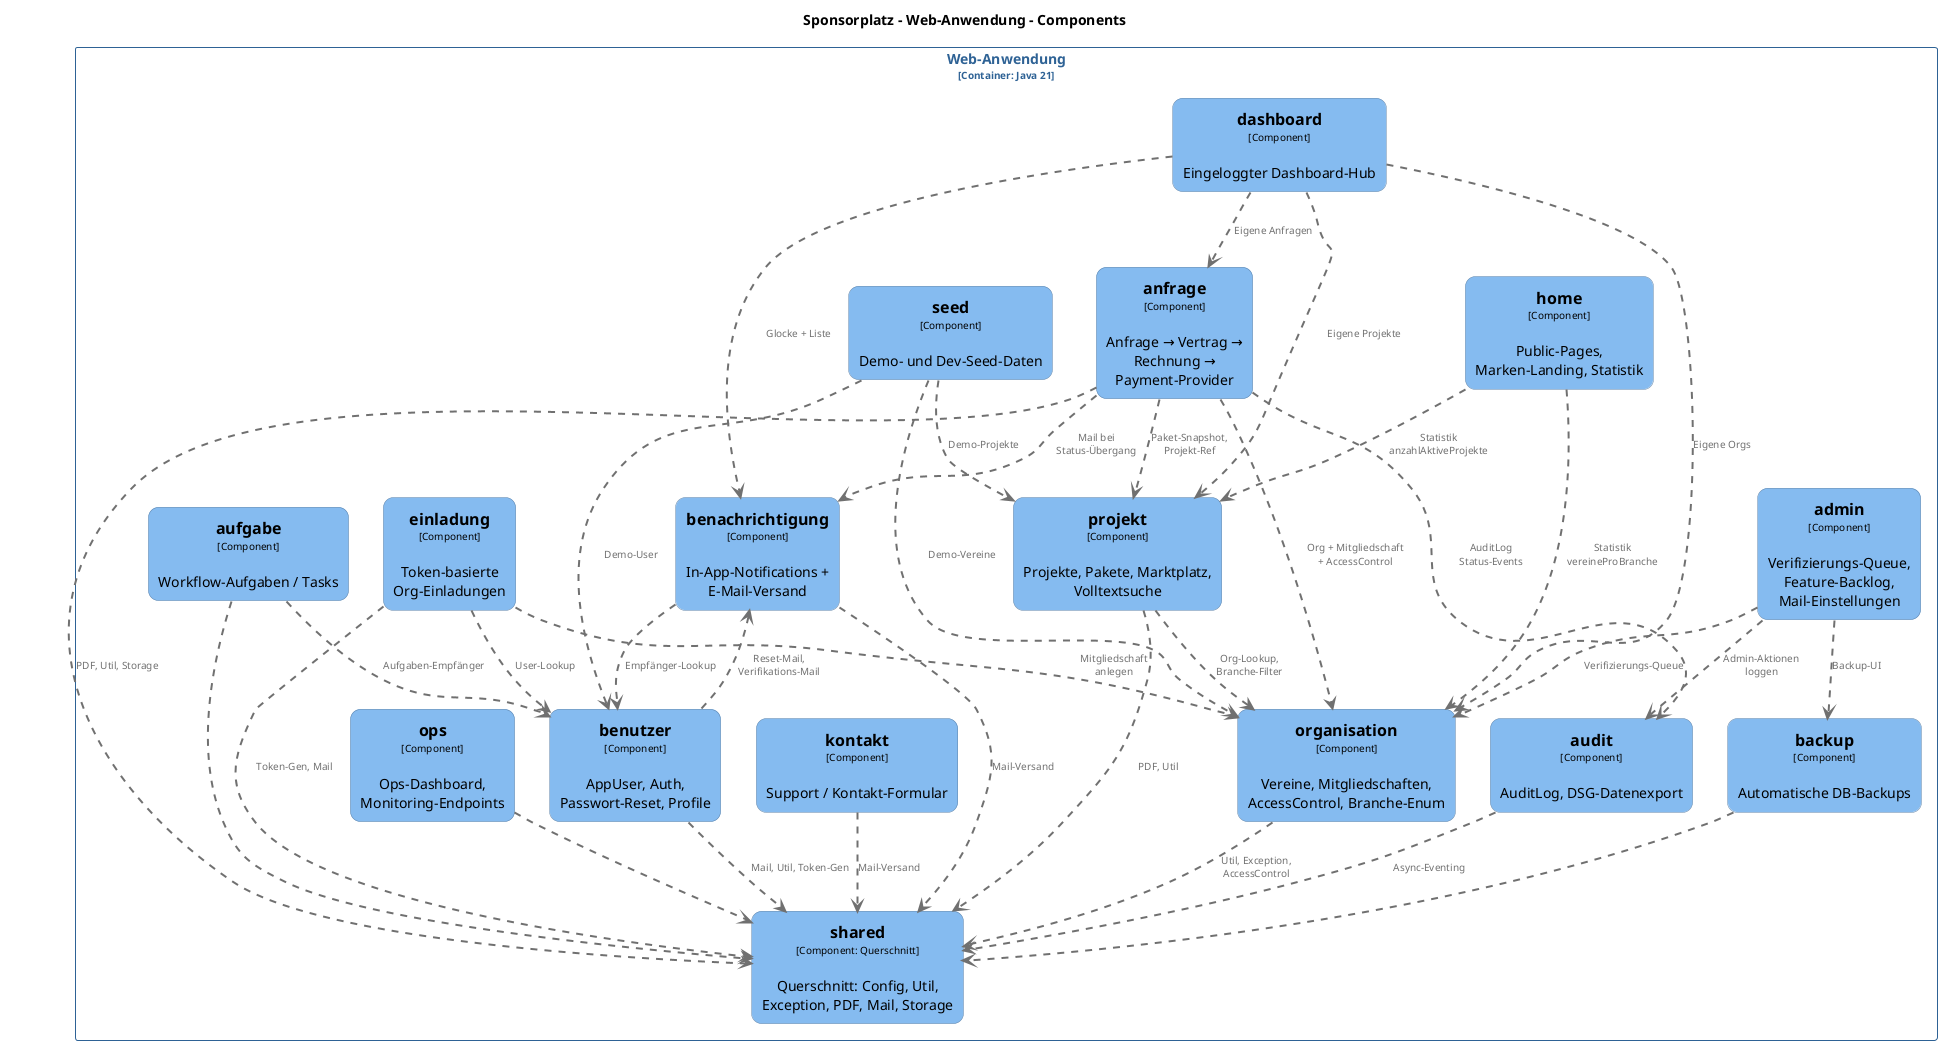
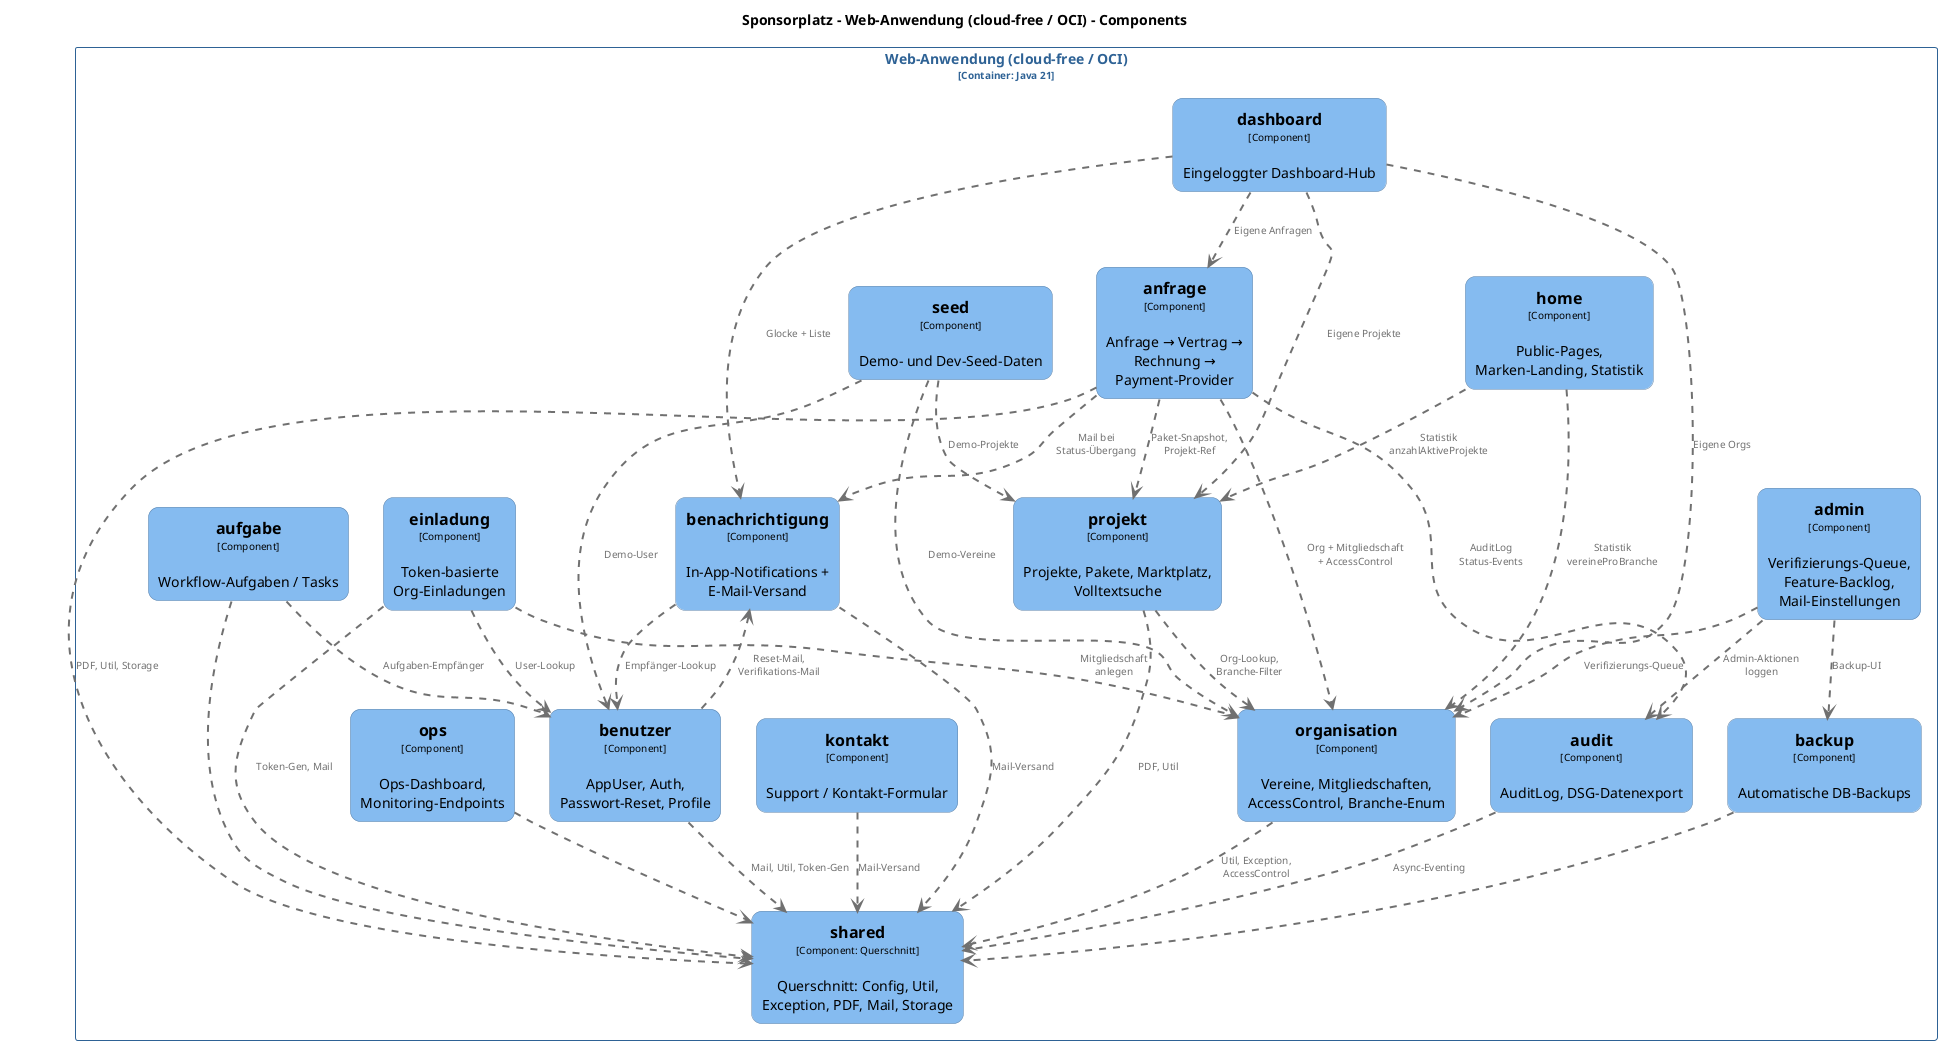
@startuml
set separator none
- title Sponsorplatz - Web-Anwendung - Components
+ title Sponsorplatz - Web-Anwendung (cloud-free / OCI) - Components

top to bottom direction

skinparam {
  arrowFontSize 10
  defaultTextAlignment center
  wrapWidth 200
  maxMessageSize 100
}

hide stereotype

- skinparam rectangle<<Sponsorplatz.WebAnwendung.admin>> {
+ skinparam rectangle<<Sponsorplatz.WebAnwendungcloudfreeOCI.admin>> {
  BackgroundColor #85bbf0
  FontColor #000000
  BorderColor #5d82a8
  roundCorner 20
  shadowing false
}
- skinparam rectangle<<Sponsorplatz.WebAnwendung.anfrage>> {
+ skinparam rectangle<<Sponsorplatz.WebAnwendungcloudfreeOCI.anfrage>> {
  BackgroundColor #85bbf0
  FontColor #000000
  BorderColor #5d82a8
  roundCorner 20
  shadowing false
}
- skinparam rectangle<<Sponsorplatz.WebAnwendung.audit>> {
+ skinparam rectangle<<Sponsorplatz.WebAnwendungcloudfreeOCI.audit>> {
  BackgroundColor #85bbf0
  FontColor #000000
  BorderColor #5d82a8
  roundCorner 20
  shadowing false
}
- skinparam rectangle<<Sponsorplatz.WebAnwendung.aufgabe>> {
+ skinparam rectangle<<Sponsorplatz.WebAnwendungcloudfreeOCI.aufgabe>> {
  BackgroundColor #85bbf0
  FontColor #000000
  BorderColor #5d82a8
  roundCorner 20
  shadowing false
}
- skinparam rectangle<<Sponsorplatz.WebAnwendung.backup>> {
+ skinparam rectangle<<Sponsorplatz.WebAnwendungcloudfreeOCI.backup>> {
  BackgroundColor #85bbf0
  FontColor #000000
  BorderColor #5d82a8
  roundCorner 20
  shadowing false
}
- skinparam rectangle<<Sponsorplatz.WebAnwendung.benachrichtigung>> {
+ skinparam rectangle<<Sponsorplatz.WebAnwendungcloudfreeOCI.benachrichtigung>> {
  BackgroundColor #85bbf0
  FontColor #000000
  BorderColor #5d82a8
  roundCorner 20
  shadowing false
}
- skinparam rectangle<<Sponsorplatz.WebAnwendung.benutzer>> {
+ skinparam rectangle<<Sponsorplatz.WebAnwendungcloudfreeOCI.benutzer>> {
  BackgroundColor #85bbf0
  FontColor #000000
  BorderColor #5d82a8
  roundCorner 20
  shadowing false
}
- skinparam rectangle<<Sponsorplatz.WebAnwendung.dashboard>> {
+ skinparam rectangle<<Sponsorplatz.WebAnwendungcloudfreeOCI.dashboard>> {
  BackgroundColor #85bbf0
  FontColor #000000
  BorderColor #5d82a8
  roundCorner 20
  shadowing false
}
- skinparam rectangle<<Sponsorplatz.WebAnwendung.einladung>> {
+ skinparam rectangle<<Sponsorplatz.WebAnwendungcloudfreeOCI.einladung>> {
  BackgroundColor #85bbf0
  FontColor #000000
  BorderColor #5d82a8
  roundCorner 20
  shadowing false
}
- skinparam rectangle<<Sponsorplatz.WebAnwendung.home>> {
+ skinparam rectangle<<Sponsorplatz.WebAnwendungcloudfreeOCI.home>> {
  BackgroundColor #85bbf0
  FontColor #000000
  BorderColor #5d82a8
  roundCorner 20
  shadowing false
}
- skinparam rectangle<<Sponsorplatz.WebAnwendung.kontakt>> {
+ skinparam rectangle<<Sponsorplatz.WebAnwendungcloudfreeOCI.kontakt>> {
  BackgroundColor #85bbf0
  FontColor #000000
  BorderColor #5d82a8
  roundCorner 20
  shadowing false
}
- skinparam rectangle<<Sponsorplatz.WebAnwendung.ops>> {
+ skinparam rectangle<<Sponsorplatz.WebAnwendungcloudfreeOCI.ops>> {
  BackgroundColor #85bbf0
  FontColor #000000
  BorderColor #5d82a8
  roundCorner 20
  shadowing false
}
- skinparam rectangle<<Sponsorplatz.WebAnwendung.organisation>> {
+ skinparam rectangle<<Sponsorplatz.WebAnwendungcloudfreeOCI.organisation>> {
  BackgroundColor #85bbf0
  FontColor #000000
  BorderColor #5d82a8
  roundCorner 20
  shadowing false
}
- skinparam rectangle<<Sponsorplatz.WebAnwendung.projekt>> {
+ skinparam rectangle<<Sponsorplatz.WebAnwendungcloudfreeOCI.projekt>> {
  BackgroundColor #85bbf0
  FontColor #000000
  BorderColor #5d82a8
  roundCorner 20
  shadowing false
}
- skinparam rectangle<<Sponsorplatz.WebAnwendung.seed>> {
+ skinparam rectangle<<Sponsorplatz.WebAnwendungcloudfreeOCI.seed>> {
  BackgroundColor #85bbf0
  FontColor #000000
  BorderColor #5d82a8
  roundCorner 20
  shadowing false
}
- skinparam rectangle<<Sponsorplatz.WebAnwendung.shared>> {
+ skinparam rectangle<<Sponsorplatz.WebAnwendungcloudfreeOCI.shared>> {
  BackgroundColor #85bbf0
  FontColor #000000
  BorderColor #5d82a8
  roundCorner 20
  shadowing false
}
- skinparam rectangle<<Sponsorplatz.WebAnwendung>> {
+ skinparam rectangle<<Sponsorplatz.WebAnwendungcloudfreeOCI>> {
  BorderColor #2e6295
  FontColor #2e6295
  shadowing false
}

- rectangle "Web-Anwendung\n<size:10>[Container: Java 21]</size>" <<Sponsorplatz.WebAnwendung>> {
-   rectangle "==organisation\n<size:10>[Component]</size>\n\nVereine, Mitgliedschaften, AccessControl, Branche-Enum" <<Sponsorplatz.WebAnwendung.organisation>> as Sponsorplatz.WebAnwendung.organisation
-   rectangle "==projekt\n<size:10>[Component]</size>\n\nProjekte, Pakete, Marktplatz, Volltextsuche" <<Sponsorplatz.WebAnwendung.projekt>> as Sponsorplatz.WebAnwendung.projekt
-   rectangle "==anfrage\n<size:10>[Component]</size>\n\nAnfrage → Vertrag → Rechnung → Payment-Provider" <<Sponsorplatz.WebAnwendung.anfrage>> as Sponsorplatz.WebAnwendung.anfrage
-   rectangle "==benutzer\n<size:10>[Component]</size>\n\nAppUser, Auth, Passwort-Reset, Profile" <<Sponsorplatz.WebAnwendung.benutzer>> as Sponsorplatz.WebAnwendung.benutzer
-   rectangle "==einladung\n<size:10>[Component]</size>\n\nToken-basierte Org-Einladungen" <<Sponsorplatz.WebAnwendung.einladung>> as Sponsorplatz.WebAnwendung.einladung
-   rectangle "==audit\n<size:10>[Component]</size>\n\nAuditLog, DSG-Datenexport" <<Sponsorplatz.WebAnwendung.audit>> as Sponsorplatz.WebAnwendung.audit
-   rectangle "==benachrichtigung\n<size:10>[Component]</size>\n\nIn-App-Notifications + E-Mail-Versand" <<Sponsorplatz.WebAnwendung.benachrichtigung>> as Sponsorplatz.WebAnwendung.benachrichtigung
-   rectangle "==admin\n<size:10>[Component]</size>\n\nVerifizierungs-Queue, Feature-Backlog, Mail-Einstellungen" <<Sponsorplatz.WebAnwendung.admin>> as Sponsorplatz.WebAnwendung.admin
-   rectangle "==home\n<size:10>[Component]</size>\n\nPublic-Pages, Marken-Landing, Statistik" <<Sponsorplatz.WebAnwendung.home>> as Sponsorplatz.WebAnwendung.home
-   rectangle "==dashboard\n<size:10>[Component]</size>\n\nEingeloggter Dashboard-Hub" <<Sponsorplatz.WebAnwendung.dashboard>> as Sponsorplatz.WebAnwendung.dashboard
-   rectangle "==kontakt\n<size:10>[Component]</size>\n\nSupport / Kontakt-Formular" <<Sponsorplatz.WebAnwendung.kontakt>> as Sponsorplatz.WebAnwendung.kontakt
-   rectangle "==aufgabe\n<size:10>[Component]</size>\n\nWorkflow-Aufgaben / Tasks" <<Sponsorplatz.WebAnwendung.aufgabe>> as Sponsorplatz.WebAnwendung.aufgabe
-   rectangle "==backup\n<size:10>[Component]</size>\n\nAutomatische DB-Backups" <<Sponsorplatz.WebAnwendung.backup>> as Sponsorplatz.WebAnwendung.backup
-   rectangle "==ops\n<size:10>[Component]</size>\n\nOps-Dashboard, Monitoring-Endpoints" <<Sponsorplatz.WebAnwendung.ops>> as Sponsorplatz.WebAnwendung.ops
-   rectangle "==seed\n<size:10>[Component]</size>\n\nDemo- und Dev-Seed-Daten" <<Sponsorplatz.WebAnwendung.seed>> as Sponsorplatz.WebAnwendung.seed
-   rectangle "==shared\n<size:10>[Component: Querschnitt]</size>\n\nQuerschnitt: Config, Util, Exception, PDF, Mail, Storage" <<Sponsorplatz.WebAnwendung.shared>> as Sponsorplatz.WebAnwendung.shared
+ rectangle "Web-Anwendung (cloud-free / OCI)\n<size:10>[Container: Java 21]</size>" <<Sponsorplatz.WebAnwendungcloudfreeOCI>> {
+   rectangle "==organisation\n<size:10>[Component]</size>\n\nVereine, Mitgliedschaften, AccessControl, Branche-Enum" <<Sponsorplatz.WebAnwendungcloudfreeOCI.organisation>> as Sponsorplatz.WebAnwendungcloudfreeOCI.organisation
+   rectangle "==projekt\n<size:10>[Component]</size>\n\nProjekte, Pakete, Marktplatz, Volltextsuche" <<Sponsorplatz.WebAnwendungcloudfreeOCI.projekt>> as Sponsorplatz.WebAnwendungcloudfreeOCI.projekt
+   rectangle "==anfrage\n<size:10>[Component]</size>\n\nAnfrage → Vertrag → Rechnung → Payment-Provider" <<Sponsorplatz.WebAnwendungcloudfreeOCI.anfrage>> as Sponsorplatz.WebAnwendungcloudfreeOCI.anfrage
+   rectangle "==benutzer\n<size:10>[Component]</size>\n\nAppUser, Auth, Passwort-Reset, Profile" <<Sponsorplatz.WebAnwendungcloudfreeOCI.benutzer>> as Sponsorplatz.WebAnwendungcloudfreeOCI.benutzer
+   rectangle "==einladung\n<size:10>[Component]</size>\n\nToken-basierte Org-Einladungen" <<Sponsorplatz.WebAnwendungcloudfreeOCI.einladung>> as Sponsorplatz.WebAnwendungcloudfreeOCI.einladung
+   rectangle "==audit\n<size:10>[Component]</size>\n\nAuditLog, DSG-Datenexport" <<Sponsorplatz.WebAnwendungcloudfreeOCI.audit>> as Sponsorplatz.WebAnwendungcloudfreeOCI.audit
+   rectangle "==benachrichtigung\n<size:10>[Component]</size>\n\nIn-App-Notifications + E-Mail-Versand" <<Sponsorplatz.WebAnwendungcloudfreeOCI.benachrichtigung>> as Sponsorplatz.WebAnwendungcloudfreeOCI.benachrichtigung
+   rectangle "==admin\n<size:10>[Component]</size>\n\nVerifizierungs-Queue, Feature-Backlog, Mail-Einstellungen" <<Sponsorplatz.WebAnwendungcloudfreeOCI.admin>> as Sponsorplatz.WebAnwendungcloudfreeOCI.admin
+   rectangle "==home\n<size:10>[Component]</size>\n\nPublic-Pages, Marken-Landing, Statistik" <<Sponsorplatz.WebAnwendungcloudfreeOCI.home>> as Sponsorplatz.WebAnwendungcloudfreeOCI.home
+   rectangle "==dashboard\n<size:10>[Component]</size>\n\nEingeloggter Dashboard-Hub" <<Sponsorplatz.WebAnwendungcloudfreeOCI.dashboard>> as Sponsorplatz.WebAnwendungcloudfreeOCI.dashboard
+   rectangle "==kontakt\n<size:10>[Component]</size>\n\nSupport / Kontakt-Formular" <<Sponsorplatz.WebAnwendungcloudfreeOCI.kontakt>> as Sponsorplatz.WebAnwendungcloudfreeOCI.kontakt
+   rectangle "==aufgabe\n<size:10>[Component]</size>\n\nWorkflow-Aufgaben / Tasks" <<Sponsorplatz.WebAnwendungcloudfreeOCI.aufgabe>> as Sponsorplatz.WebAnwendungcloudfreeOCI.aufgabe
+   rectangle "==backup\n<size:10>[Component]</size>\n\nAutomatische DB-Backups" <<Sponsorplatz.WebAnwendungcloudfreeOCI.backup>> as Sponsorplatz.WebAnwendungcloudfreeOCI.backup
+   rectangle "==ops\n<size:10>[Component]</size>\n\nOps-Dashboard, Monitoring-Endpoints" <<Sponsorplatz.WebAnwendungcloudfreeOCI.ops>> as Sponsorplatz.WebAnwendungcloudfreeOCI.ops
+   rectangle "==seed\n<size:10>[Component]</size>\n\nDemo- und Dev-Seed-Daten" <<Sponsorplatz.WebAnwendungcloudfreeOCI.seed>> as Sponsorplatz.WebAnwendungcloudfreeOCI.seed
+   rectangle "==shared\n<size:10>[Component: Querschnitt]</size>\n\nQuerschnitt: Config, Util, Exception, PDF, Mail, Storage" <<Sponsorplatz.WebAnwendungcloudfreeOCI.shared>> as Sponsorplatz.WebAnwendungcloudfreeOCI.shared
}

- Sponsorplatz.WebAnwendung.organisation .[#707070,thickness=2].> Sponsorplatz.WebAnwendung.shared : "<color:#707070>Util, Exception, AccessControl"
- Sponsorplatz.WebAnwendung.projekt .[#707070,thickness=2].> Sponsorplatz.WebAnwendung.shared : "<color:#707070>PDF, Util"
- Sponsorplatz.WebAnwendung.projekt .[#707070,thickness=2].> Sponsorplatz.WebAnwendung.organisation : "<color:#707070>Org-Lookup, Branche-Filter"
- Sponsorplatz.WebAnwendung.anfrage .[#707070,thickness=2].> Sponsorplatz.WebAnwendung.shared : "<color:#707070>PDF, Util, Storage"
- Sponsorplatz.WebAnwendung.anfrage .[#707070,thickness=2].> Sponsorplatz.WebAnwendung.organisation : "<color:#707070>Org + Mitgliedschaft + AccessControl"
- Sponsorplatz.WebAnwendung.anfrage .[#707070,thickness=2].> Sponsorplatz.WebAnwendung.projekt : "<color:#707070>Paket-Snapshot, Projekt-Ref"
- Sponsorplatz.WebAnwendung.anfrage .[#707070,thickness=2].> Sponsorplatz.WebAnwendung.benachrichtigung : "<color:#707070>Mail bei Status-Übergang"
- Sponsorplatz.WebAnwendung.anfrage .[#707070,thickness=2].> Sponsorplatz.WebAnwendung.audit : "<color:#707070>AuditLog Status-Events"
- Sponsorplatz.WebAnwendung.benutzer .[#707070,thickness=2].> Sponsorplatz.WebAnwendung.shared : "<color:#707070>Mail, Util, Token-Gen"
- Sponsorplatz.WebAnwendung.benutzer .[#707070,thickness=2].> Sponsorplatz.WebAnwendung.benachrichtigung : "<color:#707070>Reset-Mail, Verifikations-Mail"
- Sponsorplatz.WebAnwendung.einladung .[#707070,thickness=2].> Sponsorplatz.WebAnwendung.shared : "<color:#707070>Token-Gen, Mail"
- Sponsorplatz.WebAnwendung.einladung .[#707070,thickness=2].> Sponsorplatz.WebAnwendung.benutzer : "<color:#707070>User-Lookup"
- Sponsorplatz.WebAnwendung.einladung .[#707070,thickness=2].> Sponsorplatz.WebAnwendung.organisation : "<color:#707070>Mitgliedschaft anlegen"
- Sponsorplatz.WebAnwendung.audit .[#707070,thickness=2].> Sponsorplatz.WebAnwendung.shared : "<color:#707070>Async-Eventing"
- Sponsorplatz.WebAnwendung.benachrichtigung .[#707070,thickness=2].> Sponsorplatz.WebAnwendung.shared : "<color:#707070>Mail-Versand"
- Sponsorplatz.WebAnwendung.benachrichtigung .[#707070,thickness=2].> Sponsorplatz.WebAnwendung.benutzer : "<color:#707070>Empfänger-Lookup"
- Sponsorplatz.WebAnwendung.admin .[#707070,thickness=2].> Sponsorplatz.WebAnwendung.organisation : "<color:#707070>Verifizierungs-Queue"
- Sponsorplatz.WebAnwendung.admin .[#707070,thickness=2].> Sponsorplatz.WebAnwendung.audit : "<color:#707070>Admin-Aktionen loggen"
- Sponsorplatz.WebAnwendung.admin .[#707070,thickness=2].> Sponsorplatz.WebAnwendung.backup : "<color:#707070>Backup-UI"
- Sponsorplatz.WebAnwendung.home .[#707070,thickness=2].> Sponsorplatz.WebAnwendung.organisation : "<color:#707070>Statistik vereineProBranche"
- Sponsorplatz.WebAnwendung.home .[#707070,thickness=2].> Sponsorplatz.WebAnwendung.projekt : "<color:#707070>Statistik anzahlAktiveProjekte"
- Sponsorplatz.WebAnwendung.dashboard .[#707070,thickness=2].> Sponsorplatz.WebAnwendung.organisation : "<color:#707070>Eigene Orgs"
- Sponsorplatz.WebAnwendung.dashboard .[#707070,thickness=2].> Sponsorplatz.WebAnwendung.projekt : "<color:#707070>Eigene Projekte"
- Sponsorplatz.WebAnwendung.dashboard .[#707070,thickness=2].> Sponsorplatz.WebAnwendung.anfrage : "<color:#707070>Eigene Anfragen"
- Sponsorplatz.WebAnwendung.dashboard .[#707070,thickness=2].> Sponsorplatz.WebAnwendung.benachrichtigung : "<color:#707070>Glocke + Liste"
- Sponsorplatz.WebAnwendung.kontakt .[#707070,thickness=2].> Sponsorplatz.WebAnwendung.shared : "<color:#707070>Mail-Versand"
- Sponsorplatz.WebAnwendung.aufgabe .[#707070,thickness=2].> Sponsorplatz.WebAnwendung.shared : "<color:#707070>"
- Sponsorplatz.WebAnwendung.aufgabe .[#707070,thickness=2].> Sponsorplatz.WebAnwendung.benutzer : "<color:#707070>Aufgaben-Empfänger"
- Sponsorplatz.WebAnwendung.backup .[#707070,thickness=2].> Sponsorplatz.WebAnwendung.shared : "<color:#707070>"
- Sponsorplatz.WebAnwendung.ops .[#707070,thickness=2].> Sponsorplatz.WebAnwendung.shared : "<color:#707070>"
- Sponsorplatz.WebAnwendung.seed .[#707070,thickness=2].> Sponsorplatz.WebAnwendung.organisation : "<color:#707070>Demo-Vereine"
- Sponsorplatz.WebAnwendung.seed .[#707070,thickness=2].> Sponsorplatz.WebAnwendung.projekt : "<color:#707070>Demo-Projekte"
- Sponsorplatz.WebAnwendung.seed .[#707070,thickness=2].> Sponsorplatz.WebAnwendung.benutzer : "<color:#707070>Demo-User"
+ Sponsorplatz.WebAnwendungcloudfreeOCI.organisation .[#707070,thickness=2].> Sponsorplatz.WebAnwendungcloudfreeOCI.shared : "<color:#707070>Util, Exception, AccessControl"
+ Sponsorplatz.WebAnwendungcloudfreeOCI.projekt .[#707070,thickness=2].> Sponsorplatz.WebAnwendungcloudfreeOCI.shared : "<color:#707070>PDF, Util"
+ Sponsorplatz.WebAnwendungcloudfreeOCI.projekt .[#707070,thickness=2].> Sponsorplatz.WebAnwendungcloudfreeOCI.organisation : "<color:#707070>Org-Lookup, Branche-Filter"
+ Sponsorplatz.WebAnwendungcloudfreeOCI.anfrage .[#707070,thickness=2].> Sponsorplatz.WebAnwendungcloudfreeOCI.shared : "<color:#707070>PDF, Util, Storage"
+ Sponsorplatz.WebAnwendungcloudfreeOCI.anfrage .[#707070,thickness=2].> Sponsorplatz.WebAnwendungcloudfreeOCI.organisation : "<color:#707070>Org + Mitgliedschaft + AccessControl"
+ Sponsorplatz.WebAnwendungcloudfreeOCI.anfrage .[#707070,thickness=2].> Sponsorplatz.WebAnwendungcloudfreeOCI.projekt : "<color:#707070>Paket-Snapshot, Projekt-Ref"
+ Sponsorplatz.WebAnwendungcloudfreeOCI.anfrage .[#707070,thickness=2].> Sponsorplatz.WebAnwendungcloudfreeOCI.benachrichtigung : "<color:#707070>Mail bei Status-Übergang"
+ Sponsorplatz.WebAnwendungcloudfreeOCI.anfrage .[#707070,thickness=2].> Sponsorplatz.WebAnwendungcloudfreeOCI.audit : "<color:#707070>AuditLog Status-Events"
+ Sponsorplatz.WebAnwendungcloudfreeOCI.benutzer .[#707070,thickness=2].> Sponsorplatz.WebAnwendungcloudfreeOCI.shared : "<color:#707070>Mail, Util, Token-Gen"
+ Sponsorplatz.WebAnwendungcloudfreeOCI.benutzer .[#707070,thickness=2].> Sponsorplatz.WebAnwendungcloudfreeOCI.benachrichtigung : "<color:#707070>Reset-Mail, Verifikations-Mail"
+ Sponsorplatz.WebAnwendungcloudfreeOCI.einladung .[#707070,thickness=2].> Sponsorplatz.WebAnwendungcloudfreeOCI.shared : "<color:#707070>Token-Gen, Mail"
+ Sponsorplatz.WebAnwendungcloudfreeOCI.einladung .[#707070,thickness=2].> Sponsorplatz.WebAnwendungcloudfreeOCI.benutzer : "<color:#707070>User-Lookup"
+ Sponsorplatz.WebAnwendungcloudfreeOCI.einladung .[#707070,thickness=2].> Sponsorplatz.WebAnwendungcloudfreeOCI.organisation : "<color:#707070>Mitgliedschaft anlegen"
+ Sponsorplatz.WebAnwendungcloudfreeOCI.audit .[#707070,thickness=2].> Sponsorplatz.WebAnwendungcloudfreeOCI.shared : "<color:#707070>Async-Eventing"
+ Sponsorplatz.WebAnwendungcloudfreeOCI.benachrichtigung .[#707070,thickness=2].> Sponsorplatz.WebAnwendungcloudfreeOCI.shared : "<color:#707070>Mail-Versand"
+ Sponsorplatz.WebAnwendungcloudfreeOCI.benachrichtigung .[#707070,thickness=2].> Sponsorplatz.WebAnwendungcloudfreeOCI.benutzer : "<color:#707070>Empfänger-Lookup"
+ Sponsorplatz.WebAnwendungcloudfreeOCI.admin .[#707070,thickness=2].> Sponsorplatz.WebAnwendungcloudfreeOCI.organisation : "<color:#707070>Verifizierungs-Queue"
+ Sponsorplatz.WebAnwendungcloudfreeOCI.admin .[#707070,thickness=2].> Sponsorplatz.WebAnwendungcloudfreeOCI.audit : "<color:#707070>Admin-Aktionen loggen"
+ Sponsorplatz.WebAnwendungcloudfreeOCI.admin .[#707070,thickness=2].> Sponsorplatz.WebAnwendungcloudfreeOCI.backup : "<color:#707070>Backup-UI"
+ Sponsorplatz.WebAnwendungcloudfreeOCI.home .[#707070,thickness=2].> Sponsorplatz.WebAnwendungcloudfreeOCI.organisation : "<color:#707070>Statistik vereineProBranche"
+ Sponsorplatz.WebAnwendungcloudfreeOCI.home .[#707070,thickness=2].> Sponsorplatz.WebAnwendungcloudfreeOCI.projekt : "<color:#707070>Statistik anzahlAktiveProjekte"
+ Sponsorplatz.WebAnwendungcloudfreeOCI.dashboard .[#707070,thickness=2].> Sponsorplatz.WebAnwendungcloudfreeOCI.organisation : "<color:#707070>Eigene Orgs"
+ Sponsorplatz.WebAnwendungcloudfreeOCI.dashboard .[#707070,thickness=2].> Sponsorplatz.WebAnwendungcloudfreeOCI.projekt : "<color:#707070>Eigene Projekte"
+ Sponsorplatz.WebAnwendungcloudfreeOCI.dashboard .[#707070,thickness=2].> Sponsorplatz.WebAnwendungcloudfreeOCI.anfrage : "<color:#707070>Eigene Anfragen"
+ Sponsorplatz.WebAnwendungcloudfreeOCI.dashboard .[#707070,thickness=2].> Sponsorplatz.WebAnwendungcloudfreeOCI.benachrichtigung : "<color:#707070>Glocke + Liste"
+ Sponsorplatz.WebAnwendungcloudfreeOCI.kontakt .[#707070,thickness=2].> Sponsorplatz.WebAnwendungcloudfreeOCI.shared : "<color:#707070>Mail-Versand"
+ Sponsorplatz.WebAnwendungcloudfreeOCI.aufgabe .[#707070,thickness=2].> Sponsorplatz.WebAnwendungcloudfreeOCI.shared : "<color:#707070>"
+ Sponsorplatz.WebAnwendungcloudfreeOCI.aufgabe .[#707070,thickness=2].> Sponsorplatz.WebAnwendungcloudfreeOCI.benutzer : "<color:#707070>Aufgaben-Empfänger"
+ Sponsorplatz.WebAnwendungcloudfreeOCI.backup .[#707070,thickness=2].> Sponsorplatz.WebAnwendungcloudfreeOCI.shared : "<color:#707070>"
+ Sponsorplatz.WebAnwendungcloudfreeOCI.ops .[#707070,thickness=2].> Sponsorplatz.WebAnwendungcloudfreeOCI.shared : "<color:#707070>"
+ Sponsorplatz.WebAnwendungcloudfreeOCI.seed .[#707070,thickness=2].> Sponsorplatz.WebAnwendungcloudfreeOCI.organisation : "<color:#707070>Demo-Vereine"
+ Sponsorplatz.WebAnwendungcloudfreeOCI.seed .[#707070,thickness=2].> Sponsorplatz.WebAnwendungcloudfreeOCI.projekt : "<color:#707070>Demo-Projekte"
+ Sponsorplatz.WebAnwendungcloudfreeOCI.seed .[#707070,thickness=2].> Sponsorplatz.WebAnwendungcloudfreeOCI.benutzer : "<color:#707070>Demo-User"
@enduml